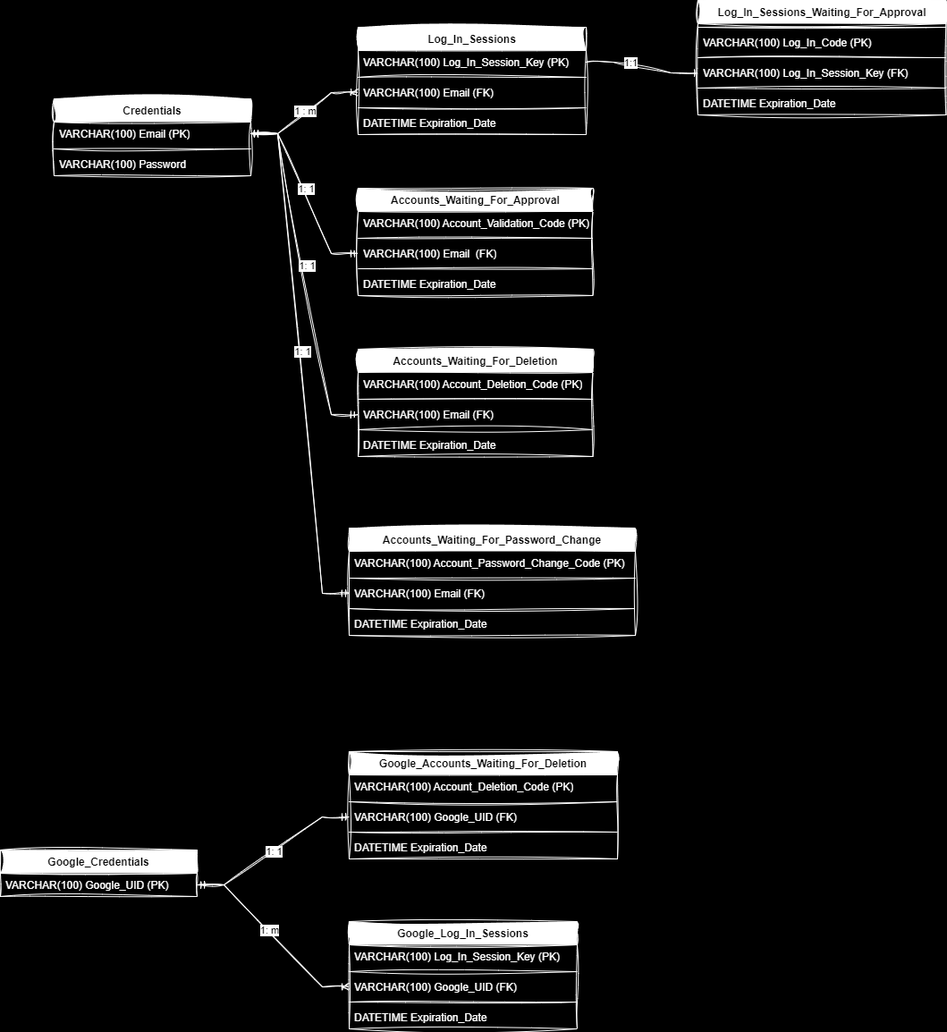
Above: ThethaFTP_DB.png in CSharpTeoMan911/ThetaFTP (draw.io), before the change. Source tidied: cells renumbered, new cells last; positions are measured from the earlier drawing's top-left corner, leaving out a move shared by most shapes.
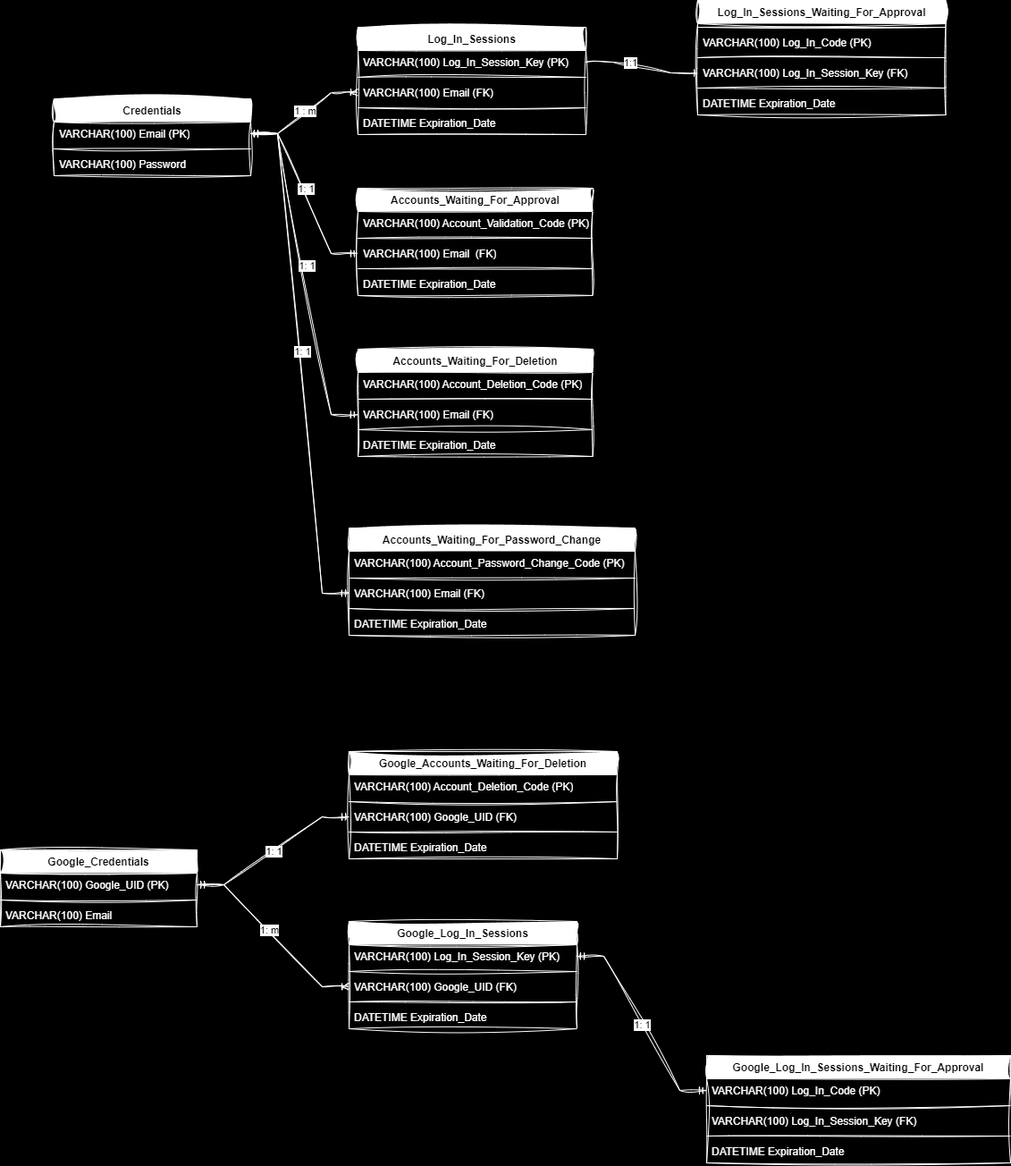
The same file after the commit.

The edit, as a diff of the source:
```diff
@@ -144,11 +144,17 @@
       <mxGeometry x="-0.05" y="4" relative="1" as="geometry" />
     </mxCell>
     <mxCell id="47" value="&lt;font style=&quot;color: rgb(0, 0, 0);&quot;&gt;Google_Credentials&lt;/font&gt;" style="swimlane;fontStyle=1;align=center;verticalAlign=top;horizontal=1;startSize=26;whiteSpace=wrap;html=1;strokeColor=#FFFFFF;sketch=1;curveFitting=1;jiggle=2;" parent="1" vertex="1">
-      <mxGeometry y="1040" width="220" height="52" as="geometry" />
+      <mxGeometry y="1040" width="220" height="86" as="geometry" />
     </mxCell>
     <mxCell id="48" value="&lt;font style=&quot;color: rgb(255, 255, 255);&quot;&gt;VARCHAR(100) Google_UID (PK)&lt;/font&gt;" style="text;strokeColor=none;fillColor=none;align=left;verticalAlign=top;spacingLeft=4;spacingRight=4;overflow=hidden;points=[[0,0.5],[1,0.5]];portConstraint=eastwest;whiteSpace=wrap;html=1;sketch=1;curveFitting=1;jiggle=2;" parent="47" vertex="1">
       <mxGeometry y="26" width="220" height="26" as="geometry" />
     </mxCell>
+    <mxCell id="65" style="line;strokeWidth=1;fillColor=none;align=left;verticalAlign=middle;spacingTop=-1;spacingLeft=3;spacingRight=3;labelPosition=right;strokeColor=#FFFFFF;sketch=1;curveFitting=1;jiggle=2;" parent="47" vertex="1">
+      <mxGeometry y="52" width="220" height="8" as="geometry" />
+    </mxCell>
+    <mxCell id="66" value="&lt;font style=&quot;color: rgb(255, 255, 255);&quot;&gt;VARCHAR(100) Email&lt;/font&gt;" style="text;strokeColor=none;fillColor=none;align=left;verticalAlign=top;spacingLeft=4;spacingRight=4;overflow=hidden;whiteSpace=wrap;html=1;sketch=1;curveFitting=1;jiggle=2;" parent="47" vertex="1">
+      <mxGeometry y="60" width="220" height="26" as="geometry" />
+    </mxCell>
     <mxCell id="49" value="Google_Accounts_Waiting_For_Deletion" style="swimlane;fontStyle=1;align=center;verticalAlign=top;horizontal=1;startSize=26;whiteSpace=wrap;html=1;strokeColor=#FFFFFF;sketch=1;curveFitting=1;jiggle=2;" parent="1" vertex="1">
       <mxGeometry x="390" y="930" width="300" height="120" as="geometry" />
     </mxCell>
@@ -199,5 +205,29 @@
         <mxPoint x="10" y="5" as="offset" />
       </mxGeometry>
     </mxCell>
+    <mxCell id="67" value="&lt;font style=&quot;color: rgb(0, 0, 0);&quot;&gt;Google_Log_In_Sessions_Waiting_For_Approval&lt;/font&gt;" style="swimlane;fontStyle=1;align=center;verticalAlign=top;horizontal=1;startSize=26;whiteSpace=wrap;html=1;strokeColor=#FFFFFF;sketch=1;curveFitting=1;jiggle=2;" parent="1" vertex="1">
+      <mxGeometry x="790" y="1270" width="340" height="120" as="geometry" />
+    </mxCell>
+    <mxCell id="68" value="VARCHAR(100) Log_In_Code (PK)" style="text;strokeColor=none;fillColor=none;align=left;verticalAlign=top;spacingLeft=4;spacingRight=4;overflow=hidden;points=[[0,0.5],[1,0.5]];portConstraint=eastwest;whiteSpace=wrap;html=1;fontColor=#FFFFFF;sketch=1;curveFitting=1;jiggle=2;" parent="67" vertex="1">
+      <mxGeometry y="26" width="340" height="26" as="geometry" />
+    </mxCell>
+    <mxCell id="69" style="line;strokeWidth=1;fillColor=none;align=left;verticalAlign=middle;spacingTop=-1;spacingLeft=3;spacingRight=3;labelPosition=right;strokeColor=#FFFFFF;sketch=1;curveFitting=1;jiggle=2;" parent="67" vertex="1">
+      <mxGeometry y="52" width="340" height="8" as="geometry" />
+    </mxCell>
+    <mxCell id="70" value="VARCHAR(100) Log_In_Session_Key (FK)&amp;nbsp;" style="text;strokeColor=none;fillColor=none;align=left;verticalAlign=top;spacingLeft=4;spacingRight=4;overflow=hidden;whiteSpace=wrap;html=1;fontColor=#FFFFFF;sketch=1;curveFitting=1;jiggle=2;" parent="67" vertex="1">
+      <mxGeometry y="60" width="340" height="26" as="geometry" />
+    </mxCell>
+    <mxCell id="71" style="line;strokeWidth=1;fillColor=none;align=left;verticalAlign=middle;spacingTop=-1;spacingLeft=3;spacingRight=3;labelPosition=right;strokeColor=#FFFFFF;sketch=1;curveFitting=1;jiggle=2;" parent="67" vertex="1">
+      <mxGeometry y="86" width="340" height="8" as="geometry" />
+    </mxCell>
+    <mxCell id="72" value="DATETIME Expiration_Date" style="text;strokeColor=none;fillColor=none;align=left;verticalAlign=top;spacingLeft=4;spacingRight=4;overflow=hidden;whiteSpace=wrap;html=1;fontColor=#FFFFFF;sketch=1;curveFitting=1;jiggle=2;" parent="67" vertex="1">
+      <mxGeometry y="94" width="340" height="26" as="geometry" />
+    </mxCell>
+    <mxCell id="73" style="edgeStyle=entityRelationEdgeStyle;fontSize=12;html=1;endArrow=ERmandOne;startArrow=ERmandOne;rounded=0;sketch=1;hachureGap=4;jiggle=2;curveFitting=1;fontFamily=Architects Daughter;fontSource=https%3A%2F%2Ffonts.googleapis.com%2Fcss%3Ffamily%3DArchitects%2BDaughter;exitX=1;exitY=0.5;exitDx=0;exitDy=0;strokeColor=#FFFFFF;" parent="1" edge="1" source="58" target="68">
+      <mxGeometry relative="1" as="geometry" />
+    </mxCell>
+    <mxCell id="74" value="&lt;span style=&quot;font-family: Helvetica;&quot;&gt;1: 1&lt;/span&gt;" style="edgeLabel;html=1;align=center;verticalAlign=middle;sketch=1;hachureGap=4;jiggle=2;curveFitting=1;fontFamily=Architects Daughter;fontSource=https%3A%2F%2Ffonts.googleapis.com%2Fcss%3Ffamily%3DArchitects%2BDaughter;" parent="73" vertex="1">
+      <mxGeometry y="-1" relative="1" as="geometry" />
+    </mxCell>
   </root>
 </mxGraphModel>
```
